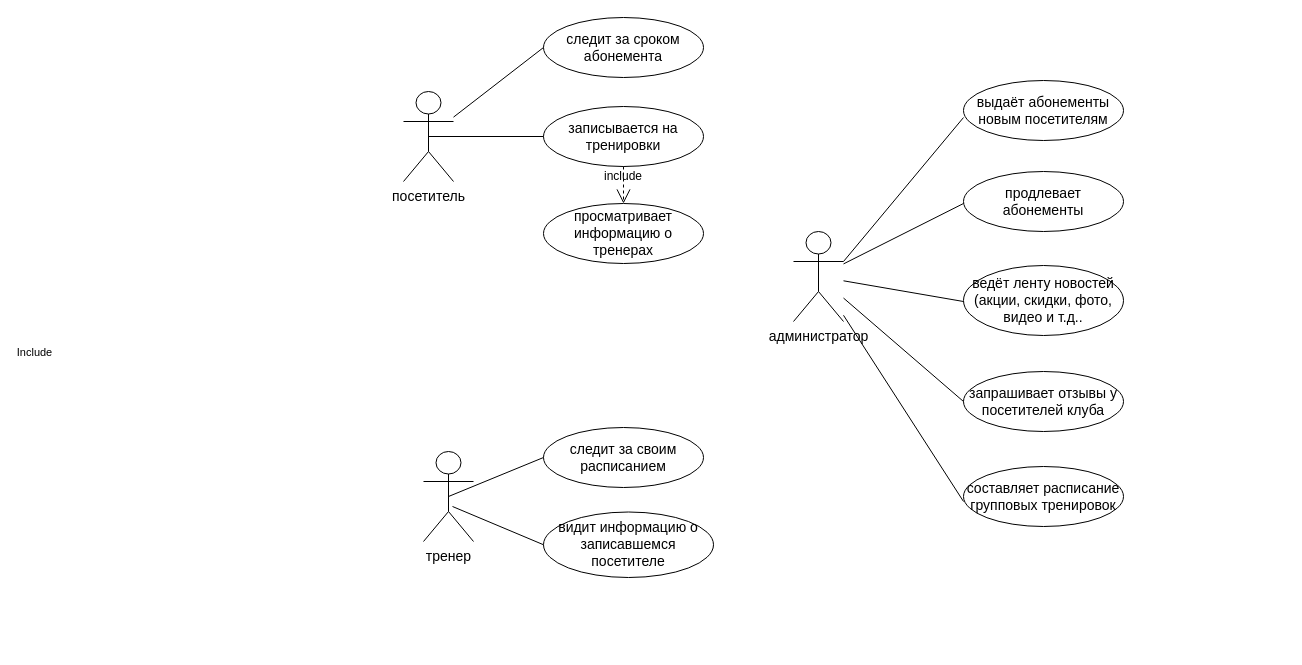
Before: GYM.drawio in yuliapyrikova/-, a draw.io diagram. Source tidied: cells renumbered, new cells numbered last; positions are measured from the earlier drawing's top-left corner, leaving out a move shared by most shapes. Both pictures are drawn from the tidied source at 100%, with x=0, y=0 at pixel (403, 17).
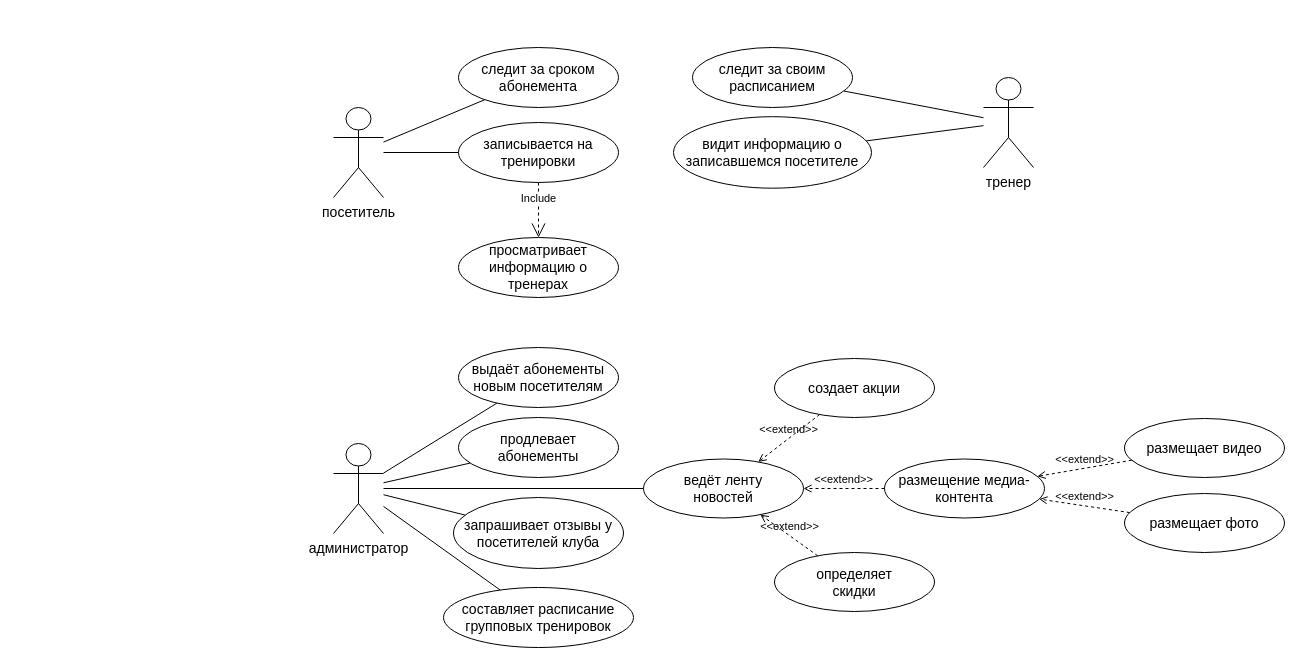
After the change.

Diff of the diagram source:
```diff
@@
+    <mxCell id="13" style="edgeStyle=none;jettySize=auto;html=1;endArrow=none;" parent="1" edge="1" source="2" target="12">
+      <mxGeometry relative="1" as="geometry" />
+    </mxCell>
     <mxCell id="2" value="&lt;font style=&quot;font-size: 14px&quot;&gt;посетитель&lt;/font&gt;" style="shape=umlActor;verticalLabelPosition=bottom;verticalAlign=top;html=1;outlineConnect=0;" parent="1" vertex="1">
-      <mxGeometry y="74" width="50" height="90" as="geometry" />
+      <mxGeometry x="-70" y="90" width="50" height="90" as="geometry" />
     </mxCell>
     <mxCell id="3" value="&lt;font style=&quot;font-size: 14px&quot;&gt;тренер&lt;br&gt;&lt;/font&gt;" style="shape=umlActor;verticalLabelPosition=bottom;verticalAlign=top;html=1;outlineConnect=0;" parent="1" vertex="1">
-      <mxGeometry x="20" y="434" width="50" height="90" as="geometry" />
+      <mxGeometry x="580" y="60" width="50" height="90" as="geometry" />
     </mxCell>
-    <mxCell id="4" style="endArrow=none;html=1;entryX=0;entryY=0.5;entryDx=0;entryDy=0;exitX=0.58;exitY=0.611;exitDx=0;exitDy=0;exitPerimeter=0;" parent="1" edge="1" source="3" target="5">
-      <mxGeometry relative="1" as="geometry" />
-    </mxCell>
+    <mxCell id="26" style="edgeStyle=none;jettySize=auto;html=1;endArrow=none;" parent="1" edge="1" source="5" target="3">
+      <mxGeometry relative="1" as="geometry" />
+    </mxCell>
     <mxCell id="5" value="&lt;span style=&quot;font-size: 14px&quot;&gt;видит информацию о записавшемся посетителе&lt;/span&gt;" style="ellipse;whiteSpace=wrap;html=1;" parent="1" vertex="1">
-      <mxGeometry x="140" y="494.5" width="170" height="65.5" as="geometry" />
+      <mxGeometry x="270" y="99.2" width="198" height="71.5" as="geometry" />
     </mxCell>
+    <mxCell id="27" style="edgeStyle=none;jettySize=auto;html=1;endArrow=none;" parent="1" edge="1" source="6" target="3">
+      <mxGeometry relative="1" as="geometry" />
+    </mxCell>
     <mxCell id="6" value="&lt;span style=&quot;font-size: 14px&quot;&gt;следит за своим расписанием&lt;/span&gt;" style="ellipse;whiteSpace=wrap;html=1;" parent="1" vertex="1">
-      <mxGeometry x="140" y="410" width="160" height="60" as="geometry" />
+      <mxGeometry x="289" y="30" width="160" height="60" as="geometry" />
     </mxCell>
-    <mxCell id="7" style="endArrow=none;html=1;entryX=0;entryY=0.5;entryDx=0;entryDy=0;exitX=0.5;exitY=0.5;exitDx=0;exitDy=0;exitPerimeter=0;" parent="1" edge="1" source="3" target="6">
-      <mxGeometry relative="1" as="geometry" />
-    </mxCell>
+    <mxCell id="24" style="edgeStyle=none;jettySize=auto;html=1;endArrow=none;" parent="1" edge="1" source="8" target="25">
+      <mxGeometry relative="1" as="geometry" />
+    </mxCell>
     <mxCell id="8" value="&lt;font style=&quot;font-size: 14px&quot;&gt;администратор&lt;/font&gt;" style="shape=umlActor;verticalLabelPosition=bottom;verticalAlign=top;html=1;outlineConnect=0;" parent="1" vertex="1">
-      <mxGeometry x="390" y="214" width="50" height="90" as="geometry" />
+      <mxGeometry x="-70" y="426" width="50" height="90" as="geometry" />
     </mxCell>
+    <mxCell id="28" style="edgeStyle=none;jettySize=auto;html=1;endArrow=none;" parent="1" edge="1" source="9" target="2">
+      <mxGeometry relative="1" as="geometry" />
+    </mxCell>
     <mxCell id="9" value="&lt;font style=&quot;font-size: 14px&quot;&gt;следит за сроком абонемента&lt;br&gt;&lt;/font&gt;" style="ellipse;whiteSpace=wrap;html=1;" parent="1" vertex="1">
-      <mxGeometry x="140" width="160" height="60" as="geometry" />
+      <mxGeometry x="55" y="30" width="160" height="60" as="geometry" />
     </mxCell>
-    <mxCell id="10" style="endArrow=none;html=1;entryX=0;entryY=0.5;entryDx=0;entryDy=0;" parent="1" edge="1" source="2" target="9">
-      <mxGeometry relative="1" as="geometry" />
-    </mxCell>
     <mxCell id="11" value="&lt;span style=&quot;font-size: 14px&quot;&gt;просматривает информацию о тренерах&lt;/span&gt;" style="ellipse;whiteSpace=wrap;html=1;" parent="1" vertex="1">
-      <mxGeometry x="140" y="186" width="160" height="60" as="geometry" />
+      <mxGeometry x="55" y="220" width="160" height="60" as="geometry" />
     </mxCell>
     <mxCell id="12" value="&lt;span style=&quot;font-size: 14px&quot;&gt;записывается на тренировки&lt;/span&gt;" style="ellipse;whiteSpace=wrap;html=1;" parent="1" vertex="1">
-      <mxGeometry x="140" y="89" width="160" height="60" as="geometry" />
+      <mxGeometry x="55" y="105" width="160" height="60" as="geometry" />
     </mxCell>
-    <mxCell id="13" style="endArrow=none;html=1;entryX=0;entryY=0.5;entryDx=0;entryDy=0;exitX=0.5;exitY=0.5;exitDx=0;exitDy=0;exitPerimeter=0;" parent="1" edge="1" source="2" target="12">
-      <mxGeometry relative="1" as="geometry" />
-    </mxCell>
     <mxCell id="14" value="&lt;font style=&quot;font-size: 14px&quot;&gt;продлевает абонементы&lt;br&gt;&lt;/font&gt;" style="ellipse;whiteSpace=wrap;html=1;" parent="1" vertex="1">
-      <mxGeometry x="560" y="154" width="160" height="60" as="geometry" />
+      <mxGeometry x="55" y="400" width="160" height="60" as="geometry" />
     </mxCell>
-    <mxCell id="15" style="endArrow=none;html=1;" parent="1" edge="1" source="8">
-      <mxGeometry relative="1" as="geometry">
-        <mxPoint x="560" y="186" as="targetPoint" />
-      </mxGeometry>
+    <mxCell id="15" style="endArrow=none;html=1;" parent="1" edge="1" source="8" target="14">
+      <mxGeometry relative="1" as="geometry" />
     </mxCell>
     <mxCell id="16" value="&lt;span style=&quot;font-size: 14px&quot;&gt;запрашивает отзывы у посетителей клуба&lt;/span&gt;" style="ellipse;whiteSpace=wrap;html=1;" parent="1" vertex="1">
-      <mxGeometry x="560" y="354" width="160" height="60" as="geometry" />
+      <mxGeometry x="50" y="480" width="170" height="71" as="geometry" />
     </mxCell>
-    <mxCell id="17" value="&lt;span style=&quot;font-size: 14px&quot;&gt;ведёт ленту новостей (акции, скидки, фото, видео и т.д..&lt;/span&gt;" style="ellipse;whiteSpace=wrap;html=1;" parent="1" vertex="1">
-      <mxGeometry x="560" y="248" width="160" height="70" as="geometry" />
+    <mxCell id="17" value="&lt;div&gt;&lt;span style=&quot;font-size: 14px&quot;&gt;ведёт ленту&lt;/span&gt;&lt;/div&gt;&lt;div&gt;&lt;span style=&quot;font-size: 14px&quot;&gt;новостей&lt;/span&gt;&lt;/div&gt;&lt;div&gt;&lt;span style=&quot;font-size: 14px&quot;&gt;&lt;/span&gt;&lt;/div&gt;" style="ellipse;whiteSpace=wrap;html=1;" parent="1" vertex="1">
+      <mxGeometry x="240" y="441.5" width="160" height="59" as="geometry" />
     </mxCell>
-    <mxCell id="18" style="endArrow=none;html=1;" parent="1" edge="1" source="8">
-      <mxGeometry relative="1" as="geometry">
-        <mxPoint x="560" y="284" as="targetPoint" />
-      </mxGeometry>
+    <mxCell id="18" style="endArrow=none;html=1;" parent="1" edge="1" source="8" target="17">
+      <mxGeometry relative="1" as="geometry" />
     </mxCell>
-    <mxCell id="19" value="Include" style="endArrow=open;endSize=12;dashed=1;html=1;targetPerimeterSpacing=0;exitX=0.5;exitY=1;exitDx=0;exitDy=0;entryX=0.5;entryY=0;entryDx=0;entryDy=0;" parent="1" edge="1" source="12" target="11">
-      <mxGeometry x="1" y="-319" relative="1" as="geometry">
-        <mxPoint x="-270" y="149" as="offset" />
-      </mxGeometry>
+    <mxCell id="19" value="Include" style="endArrow=open;endSize=12;dashed=1;html=1;targetPerimeterSpacing=0;" parent="1" edge="1" source="12" target="11">
+      <mxGeometry x="-0.41" relative="1" as="geometry" />
     </mxCell>
-    <mxCell id="20" value="include" style="text;html=1;strokeColor=none;fillColor=none;align=center;verticalAlign=middle;whiteSpace=wrap;rounded=0;" parent="1" vertex="1">
-      <mxGeometry x="200" y="149" width="40" height="20" as="geometry" />
-    </mxCell>
-    <mxCell id="21" style="endArrow=none;html=1;" parent="1" edge="1" source="8">
-      <mxGeometry relative="1" as="geometry">
-        <mxPoint x="560" y="384" as="targetPoint" />
-      </mxGeometry>
+    <mxCell id="21" style="endArrow=none;html=1;" parent="1" edge="1" source="8" target="16">
+      <mxGeometry relative="1" as="geometry" />
     </mxCell>
-    <mxCell id="22" style="endArrow=none;html=1;" parent="1" edge="1" source="8">
-      <mxGeometry relative="1" as="geometry">
-        <mxPoint x="560" y="484" as="targetPoint" />
-      </mxGeometry>
+    <mxCell id="22" style="endArrow=none;html=1;" parent="1" edge="1" source="8" target="23">
+      <mxGeometry relative="1" as="geometry" />
     </mxCell>
     <mxCell id="23" value="&lt;span style=&quot;font-size: 14px&quot;&gt;составляет расписание групповых тренировок&lt;/span&gt;" style="ellipse;whiteSpace=wrap;html=1;" parent="1" vertex="1">
-      <mxGeometry x="560" y="449" width="160" height="60" as="geometry" />
+      <mxGeometry x="40" y="570" width="190" height="60" as="geometry" />
     </mxCell>
-    <mxCell id="24" style="endArrow=none;html=1;entryX=0;entryY=0.617;entryDx=0;entryDy=0;entryPerimeter=0;exitX=1;exitY=0.3333333333333333;exitDx=0;exitDy=0;exitPerimeter=0;" parent="1" edge="1" source="8" target="25">
-      <mxGeometry relative="1" as="geometry" />
-    </mxCell>
     <mxCell id="25" value="&lt;font style=&quot;font-size: 14px&quot;&gt;выдаёт абонементы новым посетителям&lt;br&gt;&lt;/font&gt;" style="ellipse;whiteSpace=wrap;html=1;" parent="1" vertex="1">
-      <mxGeometry x="560" y="63" width="160" height="60" as="geometry" />
+      <mxGeometry x="55" y="330" width="160" height="60" as="geometry" />
     </mxCell>
+    <mxCell id="29" value="&amp;lt;&amp;lt;extend&amp;gt;&amp;gt;" style="html=1;verticalAlign=bottom;labelBackgroundColor=none;endArrow=open;endFill=0;dashed=1;" parent="1" edge="1" source="30" target="17">
+      <mxGeometry relative="1" as="geometry" />
+    </mxCell>
+    <mxCell id="30" value="создает акции" style="ellipse;whiteSpace=wrap;html=1;fontSize=14;" parent="1" vertex="1">
+      <mxGeometry x="371" y="341" width="160" height="59" as="geometry" />
+    </mxCell>
+    <mxCell id="31" value="&lt;div&gt;определяет&lt;br&gt;&lt;/div&gt;&lt;div&gt;скидки&lt;/div&gt;" style="ellipse;whiteSpace=wrap;html=1;fontSize=14;" parent="1" vertex="1">
+      <mxGeometry x="371" y="535" width="160" height="59" as="geometry" />
+    </mxCell>
+    <mxCell id="32" value="размещает фото" style="ellipse;whiteSpace=wrap;html=1;fontSize=14;" parent="1" vertex="1">
+      <mxGeometry x="721" y="476" width="160" height="59" as="geometry" />
+    </mxCell>
+    <mxCell id="33" value="размещает видео" style="ellipse;whiteSpace=wrap;html=1;fontSize=14;" parent="1" vertex="1">
+      <mxGeometry x="721" y="401" width="160" height="59" as="geometry" />
+    </mxCell>
+    <mxCell id="34" value="&amp;lt;&amp;lt;extend&amp;gt;&amp;gt;" style="html=1;verticalAlign=bottom;labelBackgroundColor=none;endArrow=open;endFill=0;dashed=1;" parent="1" edge="1" source="31" target="17">
+      <mxGeometry relative="1" as="geometry" />
+    </mxCell>
+    <mxCell id="35" value="&amp;lt;&amp;lt;extend&amp;gt;&amp;gt;" style="html=1;verticalAlign=bottom;labelBackgroundColor=none;endArrow=open;endFill=0;dashed=1;" parent="1" edge="1" source="32" target="37">
+      <mxGeometry relative="1" as="geometry" />
+    </mxCell>
+    <mxCell id="36" value="&amp;lt;&amp;lt;extend&amp;gt;&amp;gt;" style="html=1;verticalAlign=bottom;labelBackgroundColor=none;endArrow=open;endFill=0;dashed=1;" parent="1" edge="1" source="33" target="37">
+      <mxGeometry relative="1" as="geometry" />
+    </mxCell>
+    <mxCell id="37" value="размещение медиа-контента" style="ellipse;whiteSpace=wrap;html=1;fontSize=14;" parent="1" vertex="1">
+      <mxGeometry x="481" y="441.5" width="160" height="59" as="geometry" />
+    </mxCell>
+    <mxCell id="38" value="&amp;lt;&amp;lt;extend&amp;gt;&amp;gt;" style="html=1;verticalAlign=bottom;labelBackgroundColor=none;endArrow=open;endFill=0;dashed=1;" parent="1" edge="1" source="37" target="17">
+      <mxGeometry relative="1" as="geometry" />
+    </mxCell>
```
